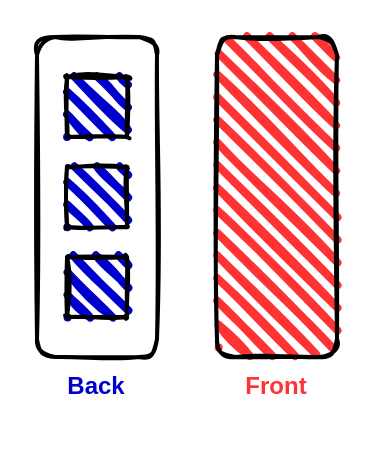
Above: page "back-micro-services" (3 of 5) of courses/mfe-angular-elements/1-introduction/1-what-is-mfes/assets/what-is-mfes.drawio in wileymarques/posts (draw.io), before the change. Source tidied: cells renumbered, new cells numbered last; positions are measured from the earlier drawing's top-left corner, leaving out a move shared by most shapes. Both pictures are drawn from the tidied source at 200%, with x=0, y=0 at pixel (36, 36).
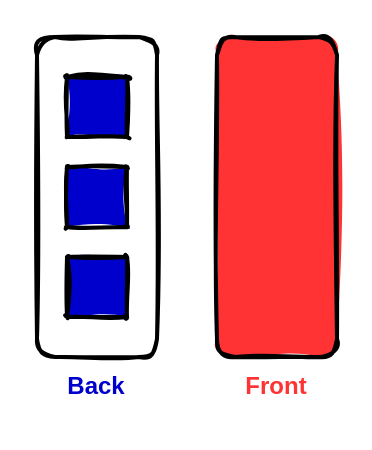
The same page after the edit.

Change to the diagram source:
```diff
@@
 <mxGraphModel>
   <root>
     <mxCell id="0" />
     <mxCell id="1" parent="0" />
+    <mxCell id="6" style="rounded=1;whiteSpace=wrap;html=1;strokeWidth=2;fillWeight=4;hachureGap=8;hachureAngle=45;fillColor=none;sketch=1;glass=0;fillStyle=hachure;fontSize=14;fontColor=#FF3333;" parent="1" vertex="1">
+      <mxGeometry width="60" height="160" as="geometry" />
+    </mxCell>
-    <mxCell id="2" style="rounded=1;whiteSpace=wrap;html=1;strokeWidth=2;fillWeight=4;hachureGap=8;hachureAngle=45;fillColor=#0000CC;sketch=1;glass=0;fillStyle=hachure;fontSize=14;fontColor=#FF3333;arcSize=0;" parent="1" vertex="1">
+    <mxCell id="2" style="rounded=1;whiteSpace=wrap;html=1;strokeWidth=2;fillWeight=4;hachureGap=8;hachureAngle=45;fillColor=#0000CC;sketch=1;glass=0;fillStyle=solid;fontSize=14;fontColor=#FF3333;arcSize=0;" parent="1" vertex="1">
       <mxGeometry x="15" y="20" width="30" height="30" as="geometry" />
     </mxCell>
-    <mxCell id="3" style="rounded=1;whiteSpace=wrap;html=1;strokeWidth=2;fillWeight=4;hachureGap=8;hachureAngle=45;fillColor=#FF3333;sketch=1;glass=0;fillStyle=hachure;fontSize=14;fontColor=#FF3333;" parent="1" vertex="1">
+    <mxCell id="3" style="rounded=1;whiteSpace=wrap;html=1;strokeWidth=2;fillWeight=4;hachureGap=8;hachureAngle=45;fillColor=#FF3333;sketch=1;glass=0;fillStyle=solid;fontSize=14;fontColor=#FF3333;" parent="1" vertex="1">
       <mxGeometry x="90" width="60" height="160" as="geometry" />
     </mxCell>
     <mxCell id="4" value="Back" style="text;html=1;strokeColor=none;fillColor=none;align=center;verticalAlign=middle;whiteSpace=wrap;rounded=0;dashed=1;strokeWidth=3;fontColor=#0000CC;fontStyle=1;" parent="1" vertex="1">
       <mxGeometry y="160" width="60" height="30" as="geometry" />
     </mxCell>
     <mxCell id="5" value="Front" style="text;html=1;strokeColor=none;fillColor=none;align=center;verticalAlign=middle;whiteSpace=wrap;rounded=0;dashed=1;strokeWidth=3;fontColor=#FF3333;fontStyle=1;" parent="1" vertex="1">
       <mxGeometry x="90" y="160" width="60" height="30" as="geometry" />
     </mxCell>
-    <mxCell id="6" style="rounded=1;whiteSpace=wrap;html=1;strokeWidth=2;fillWeight=4;hachureGap=8;hachureAngle=45;fillColor=none;sketch=1;glass=0;fillStyle=hachure;fontSize=14;fontColor=#FF3333;" parent="1" vertex="1">
-      <mxGeometry width="60" height="160" as="geometry" />
-    </mxCell>
-    <mxCell id="7" style="rounded=1;whiteSpace=wrap;html=1;strokeWidth=2;fillWeight=4;hachureGap=8;hachureAngle=45;fillColor=#0000CC;sketch=1;glass=0;fillStyle=hachure;fontSize=14;fontColor=#FF3333;arcSize=0;" parent="1" vertex="1">
+    <mxCell id="7" style="rounded=1;whiteSpace=wrap;html=1;strokeWidth=2;fillWeight=4;hachureGap=8;hachureAngle=45;fillColor=#0000CC;sketch=1;glass=0;fillStyle=solid;fontSize=14;fontColor=#FF3333;arcSize=0;" parent="1" vertex="1">
       <mxGeometry x="15" y="65" width="30" height="30" as="geometry" />
     </mxCell>
-    <mxCell id="8" style="rounded=1;whiteSpace=wrap;html=1;strokeWidth=2;fillWeight=4;hachureGap=8;hachureAngle=45;fillColor=#0000CC;sketch=1;glass=0;fillStyle=hachure;fontSize=14;fontColor=#FF3333;arcSize=0;" parent="1" vertex="1">
+    <mxCell id="8" style="rounded=1;whiteSpace=wrap;html=1;strokeWidth=2;fillWeight=4;hachureGap=8;hachureAngle=45;fillColor=#0000CC;sketch=1;glass=0;fillStyle=solid;fontSize=14;fontColor=#FF3333;arcSize=0;" parent="1" vertex="1">
       <mxGeometry x="15" y="110" width="30" height="30" as="geometry" />
     </mxCell>
   </root>
 </mxGraphModel>
```
